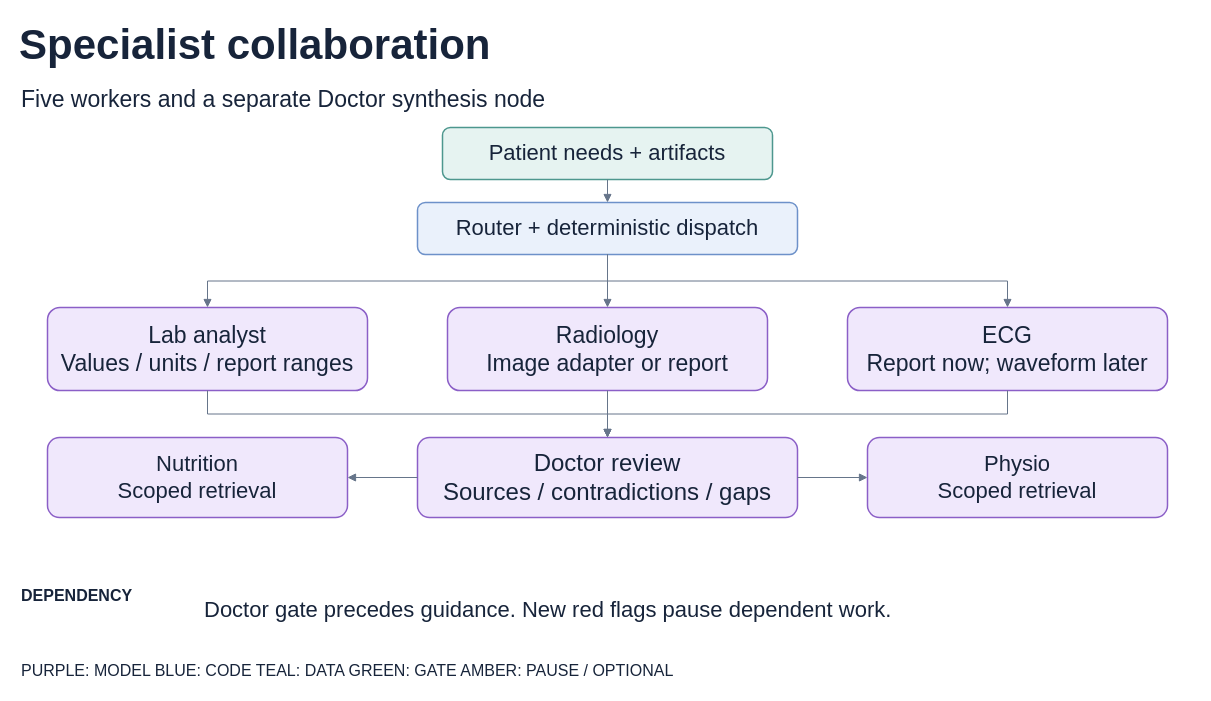
This is page "Specialist collaboration" (3 of 15) of presentation/output/Healthcare_Agent_Architecture.drawio from DanielZ0217/AWS-Hackathon, a draw.io file, before an edit. Source tidied: cells renumbered, new cells numbered last; positions are measured from the earlier drawing's top-left corner, leaving out a move shared by most shapes. Both pictures are drawn from the tidied source at 100%, with x=0, y=0 at pixel (17, 17).
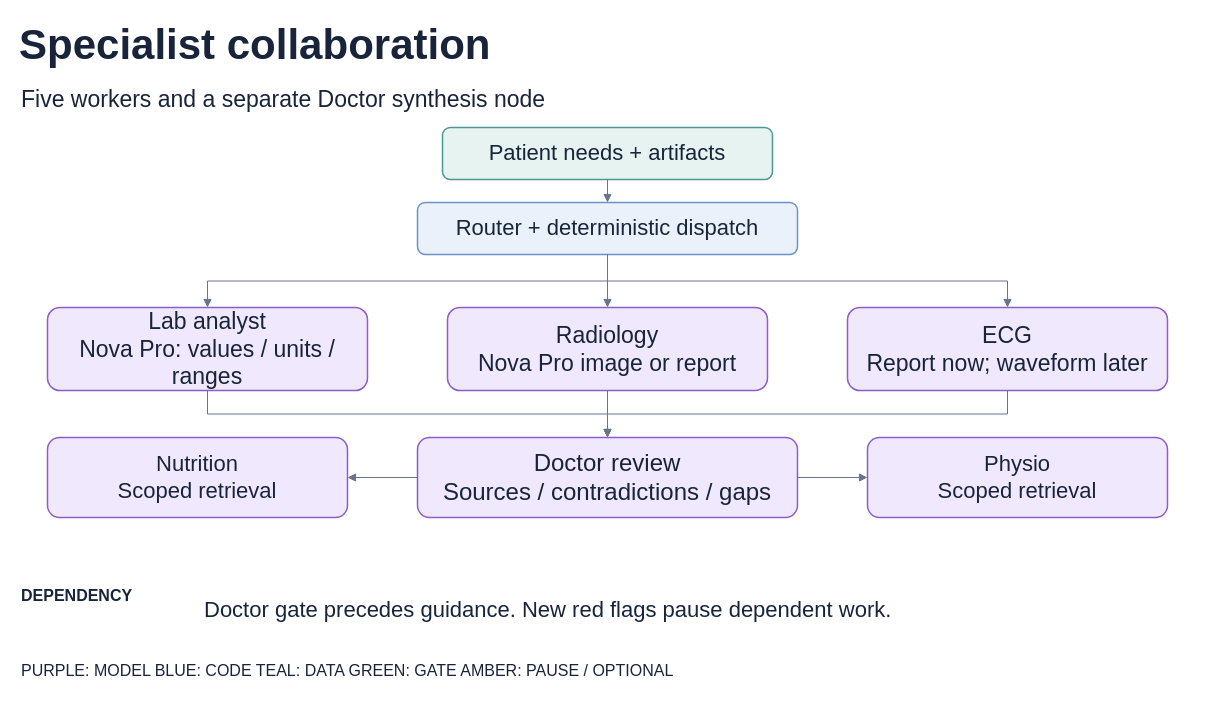
The same diagram, later.

Change to the diagram source:
```diff
@@
-    <mxCell id="6" value="Lab analyst&#10;Values / units / report ranges" style="rounded=1;whiteSpace=wrap;html=0;fillColor=#F0E8FC;strokeColor=#8B5FC7;strokeWidth=1.5;fontFamily=Arial;fontSize=23;fontColor=#17243A;spacing=10;" parent="1" vertex="1">
+    <mxCell id="6" value="Lab analyst&#10;Nova Pro: values / units / ranges" style="rounded=1;whiteSpace=wrap;html=0;fillColor=#F0E8FC;strokeColor=#8B5FC7;strokeWidth=1.5;fontFamily=Arial;fontSize=23;fontColor=#17243A;spacing=10;" parent="1" vertex="1">
       <mxGeometry x="30" y="290" width="320" height="83" as="geometry" />
     </mxCell>
-    <mxCell id="7" value="Radiology&#10;Image adapter or report" style="rounded=1;whiteSpace=wrap;html=0;fillColor=#F0E8FC;strokeColor=#8B5FC7;strokeWidth=1.5;fontFamily=Arial;fontSize=23;fontColor=#17243A;spacing=10;" parent="1" vertex="1">
+    <mxCell id="7" value="Radiology&#10;Nova Pro image or report" style="rounded=1;whiteSpace=wrap;html=0;fillColor=#F0E8FC;strokeColor=#8B5FC7;strokeWidth=1.5;fontFamily=Arial;fontSize=23;fontColor=#17243A;spacing=10;" parent="1" vertex="1">
       <mxGeometry x="430" y="290" width="320" height="83" as="geometry" />
     </mxCell>
```
